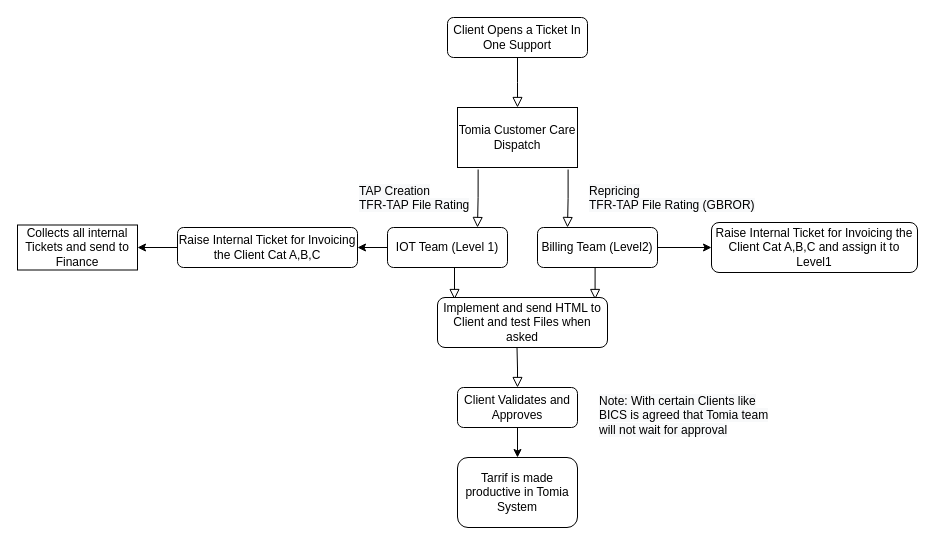
Above: 02-Python Statements/Untitled Diagram.drawio in egjati/Complete-Python-3-Bootcamp (draw.io), before the change. Source tidied: cells renumbered, new cells numbered last; positions are measured from the earlier drawing's top-left corner, leaving out a move shared by most shapes. Both pictures are drawn from the tidied source at 100%, with x=0, y=0 at pixel (17, 17).
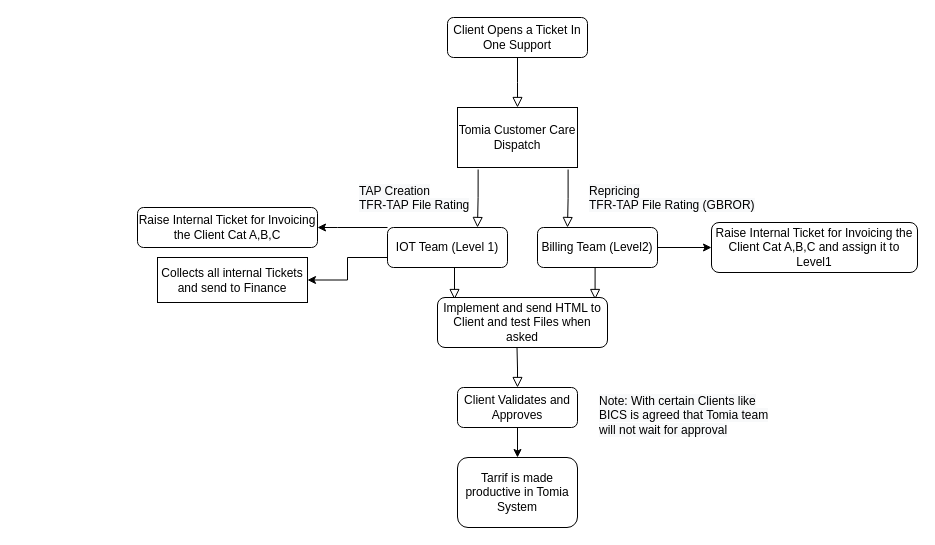
Above is the later version.

The change refers to these unchanged cells:
```xml
<mxCell id="7" value="IOT Team (Level 1)" style="rounded=1;whiteSpace=wrap;html=1;fontSize=12;glass=0;strokeWidth=1;shadow=0;" parent="1" vertex="1">
  <mxGeometry x="370" y="210" width="120" height="40" as="geometry" />
</mxCell>
```

What changed in the source:
```diff
@@
     <mxCell id="6" style="edgeStyle=orthogonalEdgeStyle;rounded=0;jettySize=auto;html=1;" parent="1" edge="1" source="7" target="22">
-      <mxGeometry relative="1" as="geometry" />
+      <mxGeometry relative="1" as="geometry">
+        <Array as="points">
+          <mxPoint x="320" y="210" />
+          <mxPoint x="320" y="210" />
+        </Array>
+      </mxGeometry>
     </mxCell>
@@
-    <mxCell id="21" style="edgeStyle=orthogonalEdgeStyle;rounded=0;jettySize=auto;html=1;" parent="1" edge="1" source="22" target="24">
+    <mxCell id="21" style="edgeStyle=orthogonalEdgeStyle;rounded=0;jettySize=auto;html=1;exitX=0;exitY=0.75;exitDx=0;exitDy=0;" parent="1" edge="1" source="7" target="24">
       <mxGeometry relative="1" as="geometry" />
     </mxCell>
     <mxCell id="22" value="Raise Internal Ticket for Invoicing the Client Cat A,B,C" style="rounded=1;whiteSpace=wrap;html=1;" parent="1" vertex="1">
-      <mxGeometry x="160" y="210" width="180" height="40" as="geometry" />
+      <mxGeometry x="120" y="190" width="180" height="40" as="geometry" />
     </mxCell>
@@
     <mxCell id="24" value="Collects all internal Tickets and send to Finance" style="rounded=0;whiteSpace=wrap;html=1;" parent="1" vertex="1">
-      <mxGeometry y="207.5" width="120" height="45" as="geometry" />
+      <mxGeometry x="140" y="240" width="150" height="45" as="geometry" />
     </mxCell>
```
